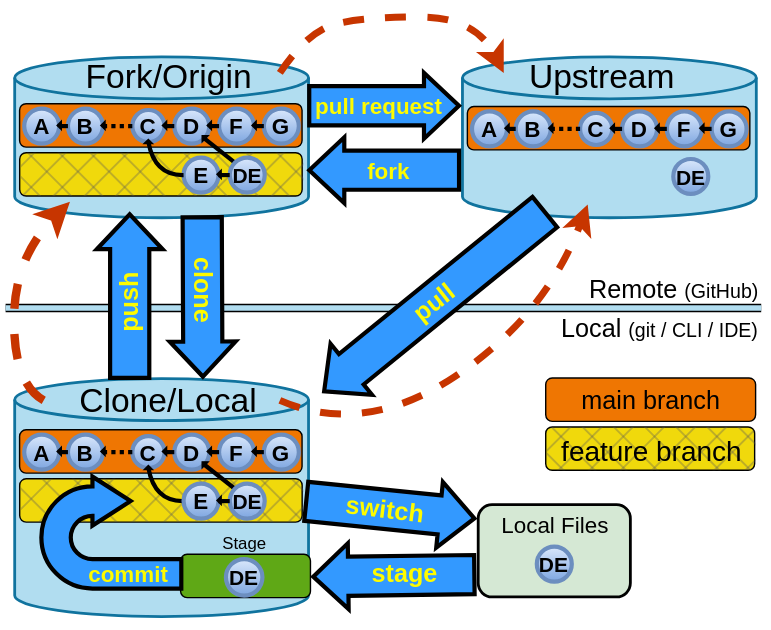
HFOSSedu/GitKit-Codespace keeps this draw.io diagram as materials/images/BaseDiagram.svg. Above is the earlier version. Source tidied: cells renumbered, new cells last; positions are measured from the earlier drawing's top-left corner, leaving out a move shared by most shapes.
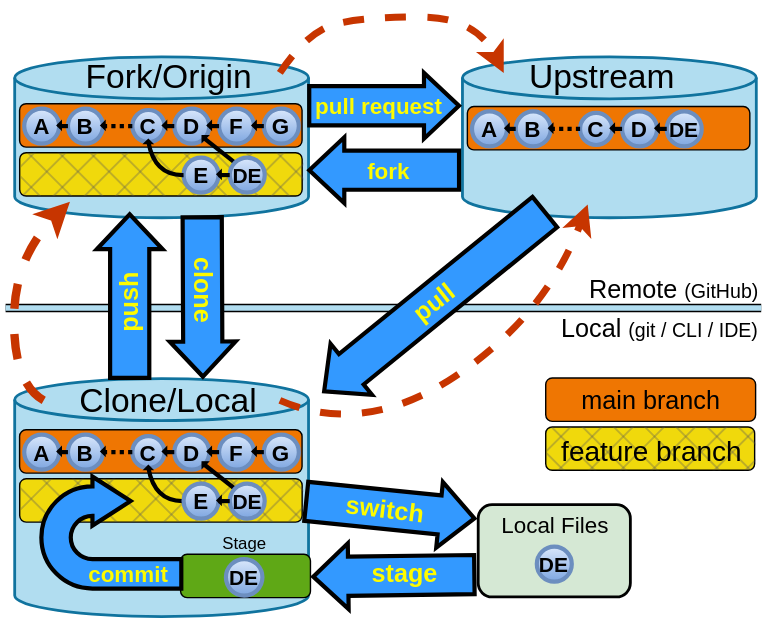
Above is the later version.

The edit, as a diff of the source:
```diff
@@ -205,9 +205,6 @@
     <mxCell id="65" value="pull request" style="text;html=1;strokeColor=none;fillColor=none;align=center;verticalAlign=middle;rounded=0;fontSize=16;fontStyle=1;fontColor=light-dark(#fefb00, #ededed);spacing=0;" parent="63" vertex="1">
       <mxGeometry x="23.8" width="55" height="30" as="geometry" />
     </mxCell>
-    <mxCell id="66" value="&lt;font style=&quot;font-size: 15px;&quot;&gt;DE&lt;/font&gt;" style="ellipse;whiteSpace=wrap;html=1;fillColor=#dae8fc;fontSize=16;fontStyle=1;gradientColor=#7ea6e0;strokeColor=#6c8ebf;strokeWidth=3;" parent="1" vertex="1">
-      <mxGeometry x="480.7" y="113" width="25" height="25" as="geometry" />
-    </mxCell>
     <mxCell id="67" value="`" style="curved=1;endArrow=classic;rounded=0;strokeWidth=5;dashed=1;flowAnimation=0;fillColor=#fa6800;strokeColor=#C73500;shadow=0;noLabel=1;" parent="1" edge="1">
       <mxGeometry x="-0.04" y="-10" relative="1" as="geometry">
         <mxPoint x="200" y="52" as="sourcePoint" />
@@ -483,12 +480,6 @@
     <mxCell id="142" value="B" style="ellipse;whiteSpace=wrap;html=1;fillColor=#dae8fc;fontSize=16;fontStyle=1;gradientColor=#7ea6e0;strokeColor=#6c8ebf;strokeWidth=3;" parent="139" vertex="1">
       <mxGeometry width="25" height="25" as="geometry" />
     </mxCell>
-    <mxCell id="143" value="F" style="ellipse;whiteSpace=wrap;html=1;fillColor=#dae8fc;fontSize=16;fontStyle=1;gradientColor=#7ea6e0;strokeColor=#6c8ebf;strokeWidth=3;" parent="139" vertex="1">
-      <mxGeometry x="108" width="25" height="25" as="geometry" />
-    </mxCell>
-    <mxCell id="144" value="G" style="ellipse;whiteSpace=wrap;html=1;fillColor=#dae8fc;fontSize=16;fontStyle=1;gradientColor=#7ea6e0;strokeColor=#6c8ebf;strokeWidth=3;" parent="139" vertex="1">
-      <mxGeometry x="140" width="25" height="25" as="geometry" />
-    </mxCell>
     <mxCell id="145" style="group;" parent="139" vertex="1">
       <mxGeometry x="24" y="9.5" width="3" height="6" as="geometry" />
     </mxCell>
@@ -507,24 +498,12 @@
     <mxCell id="150" style="triangle;whiteSpace=wrap;html=1;rotation=-180;fillColor=light-dark(#000000, #ededed);" parent="149" vertex="1">
       <mxGeometry width="3" height="6" as="geometry" />
     </mxCell>
-    <mxCell id="151" style="group;" parent="139" vertex="1">
-      <mxGeometry x="132" y="9.5" width="3" height="6" as="geometry" />
-    </mxCell>
-    <mxCell id="152" style="triangle;whiteSpace=wrap;html=1;rotation=-180;fillColor=light-dark(#000000, #ededed);" parent="151" vertex="1">
-      <mxGeometry width="3" height="6" as="geometry" />
-    </mxCell>
     <mxCell id="153" style="endArrow=none;html=1;rounded=0;spacing=2;strokeWidth=3;entryX=0;entryY=0.5;entryDx=0;entryDy=0;exitX=1;exitY=0.5;exitDx=0;exitDy=0;" parent="139" edge="1" source="140" target="141">
       <mxGeometry relative="1" as="geometry" />
     </mxCell>
     <mxCell id="154" style="endArrow=none;html=1;rounded=0;spacing=2;strokeWidth=3;entryX=0;entryY=0.5;entryDx=0;entryDy=0;exitX=1;exitY=0.5;exitDx=0;exitDy=0;dashed=1;dashPattern=1 1;" parent="139" edge="1" source="142" target="140">
       <mxGeometry relative="1" as="geometry" />
     </mxCell>
-    <mxCell id="155" style="endArrow=none;html=1;rounded=0;spacing=2;strokeWidth=3;entryX=0;entryY=0.5;entryDx=0;entryDy=0;exitX=1;exitY=0.5;exitDx=0;exitDy=0;" parent="139" edge="1" source="141" target="143">
-      <mxGeometry relative="1" as="geometry" />
-    </mxCell>
-    <mxCell id="156" style="endArrow=none;html=1;rounded=0;spacing=2;strokeWidth=3;exitX=1;exitY=0.5;exitDx=0;exitDy=0;entryX=0;entryY=0.5;entryDx=0;entryDy=0;" parent="139" edge="1" source="143" target="144">
-      <mxGeometry relative="1" as="geometry" />
-    </mxCell>
     <mxCell id="157" style="endArrow=none;html=1;rounded=0;spacing=2;strokeWidth=3;exitX=1;exitY=0.5;exitDx=0;exitDy=0;entryX=0;entryY=0.5;entryDx=0;entryDy=0;" parent="139" edge="1" source="141" target="150">
       <mxGeometry relative="1" as="geometry" />
     </mxCell>
@@ -540,5 +519,11 @@
     <mxCell id="161" style="endArrow=none;html=1;rounded=0;spacing=2;strokeWidth=3;entryX=0;entryY=0.5;entryDx=0;entryDy=0;exitX=1;exitY=0.5;exitDx=0;exitDy=0;startArrow=none;startFill=0;" parent="1" edge="1" source="158" target="142">
       <mxGeometry relative="1" as="geometry" />
     </mxCell>
+    <mxCell id="66" value="&lt;font style=&quot;font-size: 15px;&quot;&gt;DE&lt;/font&gt;" style="ellipse;whiteSpace=wrap;html=1;fillColor=#dae8fc;fontSize=16;fontStyle=1;gradientColor=#7ea6e0;strokeColor=#6c8ebf;strokeWidth=3;" parent="1" vertex="1">
+      <mxGeometry x="476" y="79" width="25" height="25" as="geometry" />
+    </mxCell>
+    <mxCell id="155" style="endArrow=none;html=1;rounded=0;spacing=2;strokeWidth=3;entryX=0;entryY=0.5;entryDx=0;entryDy=0;exitX=1;exitY=0.5;exitDx=0;exitDy=0;" parent="1" edge="1" source="141" target="66">
+      <mxGeometry relative="1" as="geometry" />
+    </mxCell>
   </root>
 </mxGraphModel>
```
